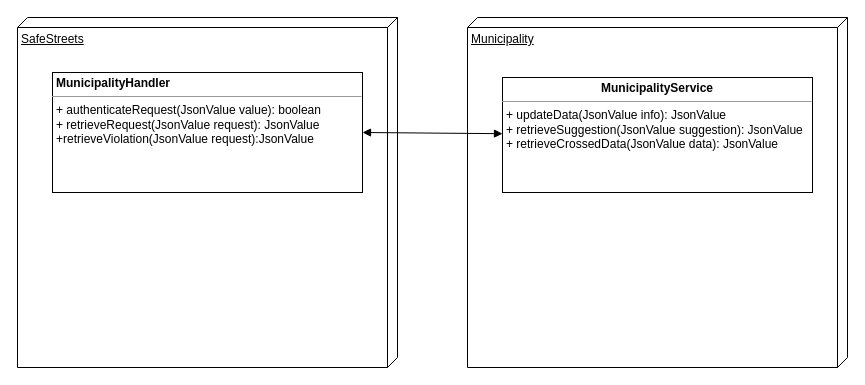
Before: Releases/RASD/img/diagrams/systemInterfaces.drawio in amecava/safestreets, a draw.io diagram. Source tidied: cells renumbered, new cells numbered last; positions are measured from the earlier drawing's top-left corner, leaving out a move shared by most shapes. Both pictures are drawn from the tidied source at 100%, with x=0, y=0 at pixel (17, 17).
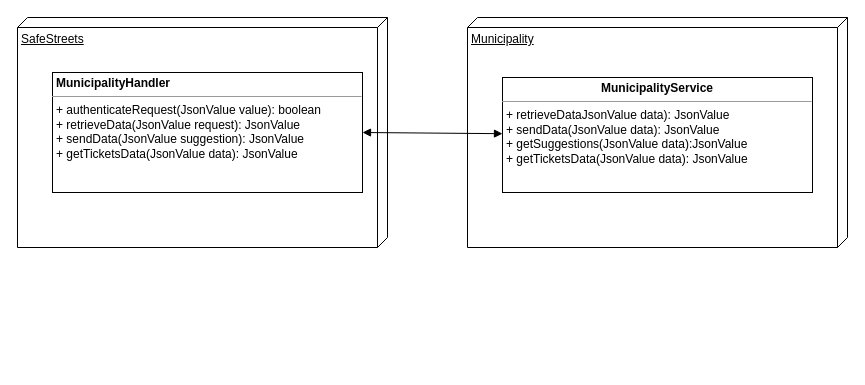
After the change.

The edit, as a diff of the source:
```diff
@@
 <mxGraphModel>
   <root>
     <mxCell id="0" />
     <mxCell id="1" parent="0" />
     <mxCell id="2" value="SafeStreets" style="verticalAlign=top;align=left;spacingTop=8;spacingLeft=2;spacingRight=12;shape=cube;size=10;direction=south;fontStyle=4;html=1;" parent="1" vertex="1">
-      <mxGeometry width="380" height="350" as="geometry" />
+      <mxGeometry width="370" height="230" as="geometry" />
     </mxCell>
     <mxCell id="3" value="Municipality" style="verticalAlign=top;align=left;spacingTop=8;spacingLeft=2;spacingRight=12;shape=cube;size=10;direction=south;fontStyle=4;html=1;" parent="1" vertex="1">
-      <mxGeometry x="450" width="380" height="350" as="geometry" />
+      <mxGeometry x="450" width="380" height="230" as="geometry" />
     </mxCell>
-    <mxCell id="4" value="&lt;p style=&quot;margin: 0px ; margin-top: 4px ; text-align: center&quot;&gt;&lt;/p&gt;&lt;p style=&quot;margin: 0px ; margin-left: 4px&quot;&gt;&lt;b&gt;MunicipalityHandler&lt;/b&gt;&lt;/p&gt;&lt;hr size=&quot;1&quot;&gt;&lt;p style=&quot;margin: 0px ; margin-left: 4px&quot;&gt;+ authenticateRequest(JsonValue value): boolean&lt;/p&gt;&lt;p style=&quot;margin: 0px ; margin-left: 4px&quot;&gt;+ retrieveRequest(JsonValue request): JsonValue&lt;/p&gt;&lt;p style=&quot;margin: 0px ; margin-left: 4px&quot;&gt;+retrieveViolation(JsonValue request):JsonValue&lt;/p&gt;&lt;p style=&quot;margin: 0px ; margin-left: 4px&quot;&gt;&lt;br&gt;&lt;/p&gt;" style="verticalAlign=top;align=left;overflow=fill;fontSize=12;fontFamily=Helvetica;html=1;" parent="1" vertex="1">
+    <mxCell id="4" value="&lt;p style=&quot;margin: 0px ; margin-top: 4px ; text-align: center&quot;&gt;&lt;/p&gt;&lt;p style=&quot;margin: 0px ; margin-left: 4px&quot;&gt;&lt;b&gt;MunicipalityHandler&lt;/b&gt;&lt;/p&gt;&lt;hr size=&quot;1&quot;&gt;&lt;p style=&quot;margin: 0px ; margin-left: 4px&quot;&gt;+ authenticateRequest(JsonValue value): boolean&lt;/p&gt;&lt;p style=&quot;margin: 0px ; margin-left: 4px&quot;&gt;+ retrieveData(JsonValue request): JsonValue&lt;/p&gt;&lt;p style=&quot;margin: 0px ; margin-left: 4px&quot;&gt;+ sendData(JsonValue suggestion): JsonValue&lt;br&gt;&lt;/p&gt;&lt;p style=&quot;margin: 0px ; margin-left: 4px&quot;&gt;+ getTicketsData(JsonValue data): JsonValue&lt;br&gt;&lt;/p&gt;" style="verticalAlign=top;align=left;overflow=fill;fontSize=12;fontFamily=Helvetica;html=1;" parent="1" vertex="1">
       <mxGeometry x="35" y="55" width="310" height="120" as="geometry" />
     </mxCell>
-    <mxCell id="5" value="&lt;p style=&quot;margin: 0px ; margin-top: 4px ; text-align: center&quot;&gt;&lt;b&gt;MunicipalityService&lt;/b&gt;&lt;/p&gt;&lt;hr size=&quot;1&quot;&gt;&lt;p style=&quot;margin: 0px ; margin-left: 4px&quot;&gt;+ updateData(JsonValue info): JsonValue&lt;/p&gt;&lt;p style=&quot;margin: 0px ; margin-left: 4px&quot;&gt;+ retrieveSuggestion(JsonValue suggestion): JsonValue&lt;/p&gt;&lt;p style=&quot;margin: 0px ; margin-left: 4px&quot;&gt;+ retrieveCrossedData(JsonValue data): JsonValue&lt;/p&gt;" style="verticalAlign=top;align=left;overflow=fill;fontSize=12;fontFamily=Helvetica;html=1;" parent="1" vertex="1">
+    <mxCell id="5" value="&lt;p style=&quot;margin: 0px ; margin-top: 4px ; text-align: center&quot;&gt;&lt;b&gt;MunicipalityService&lt;/b&gt;&lt;/p&gt;&lt;hr size=&quot;1&quot;&gt;&lt;p style=&quot;margin: 0px ; margin-left: 4px&quot;&gt;&lt;span&gt;+ retrieveDataJsonValue data): JsonValue&lt;/span&gt;&lt;br&gt;&lt;/p&gt;&lt;p style=&quot;margin: 0px ; margin-left: 4px&quot;&gt;+ sendData(JsonValue data): JsonValue&lt;/p&gt;&lt;p style=&quot;margin: 0px ; margin-left: 4px&quot;&gt;+ getSuggestions(JsonValue data):JsonValue&lt;/p&gt;&lt;p style=&quot;margin: 0px ; margin-left: 4px&quot;&gt;+ getTicketsData(JsonValue data): JsonValue&lt;/p&gt;" style="verticalAlign=top;align=left;overflow=fill;fontSize=12;fontFamily=Helvetica;html=1;" parent="1" vertex="1">
       <mxGeometry x="485" y="60" width="310" height="115" as="geometry" />
     </mxCell>
     <mxCell id="6" style="endArrow=block;startArrow=block;endFill=1;startFill=1;html=1;exitX=1;exitY=0.5;exitDx=0;exitDy=0;" parent="1" edge="1" source="4" target="5">
       <mxGeometry relative="1" as="geometry" />
     </mxCell>
   </root>
 </mxGraphModel>
```
